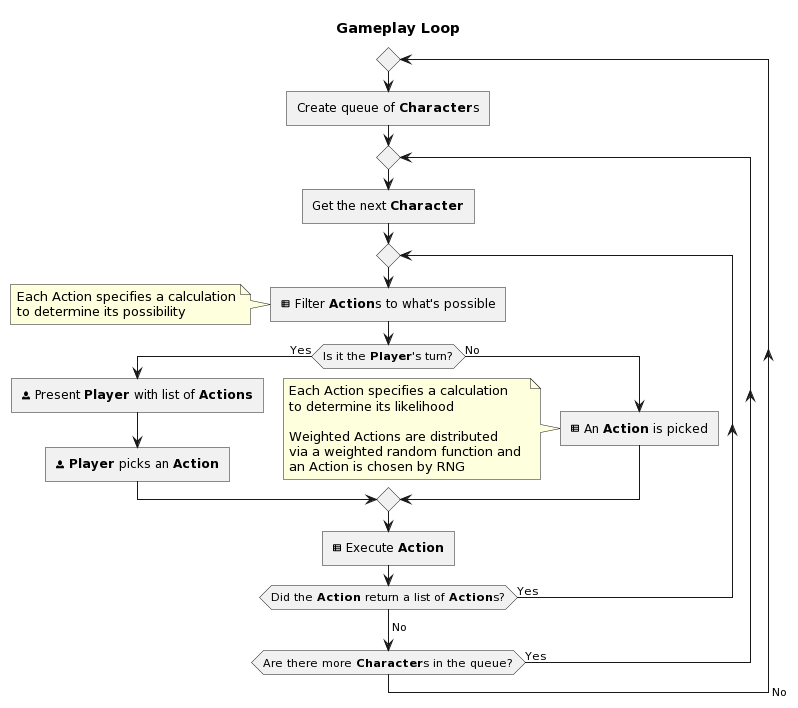
Before: docs/media/ineffable-loop.png, a diagram exported from PlantUML (flipactual/flipstew.art). The source it was exported from:
```plantuml
@startuml
title Gameplay Loop

repeat
  :Create queue of **Character**s]
  repeat
    :Get the next **Character**]
    repeat
      :<&spreadsheet> Filter **Action**s to what's possible]
      note left
Each Action specifies a calculation
to determine its possibility
      end note
      if (Is it the **Player**'s turn?) then (Yes)
        :<&person> Present **Player** with list of **Actions**]
        :<&person> **Player** picks an **Action**]
      else (No)
        :<&spreadsheet> An **Action** is picked]
        note left
Each Action specifies a calculation
to determine its likelihood

Weighted Actions are distributed
via a weighted random function and
an Action is chosen by RNG
        end note
      endif
      :<&spreadsheet> Execute **Action**]
    repeat while (Did the **Action** return a list of **Action**s?) is (Yes)
    ->No;
  repeat while (Are there more **Character**s in the queue?) is (Yes)
  ->No;
@enduml
```
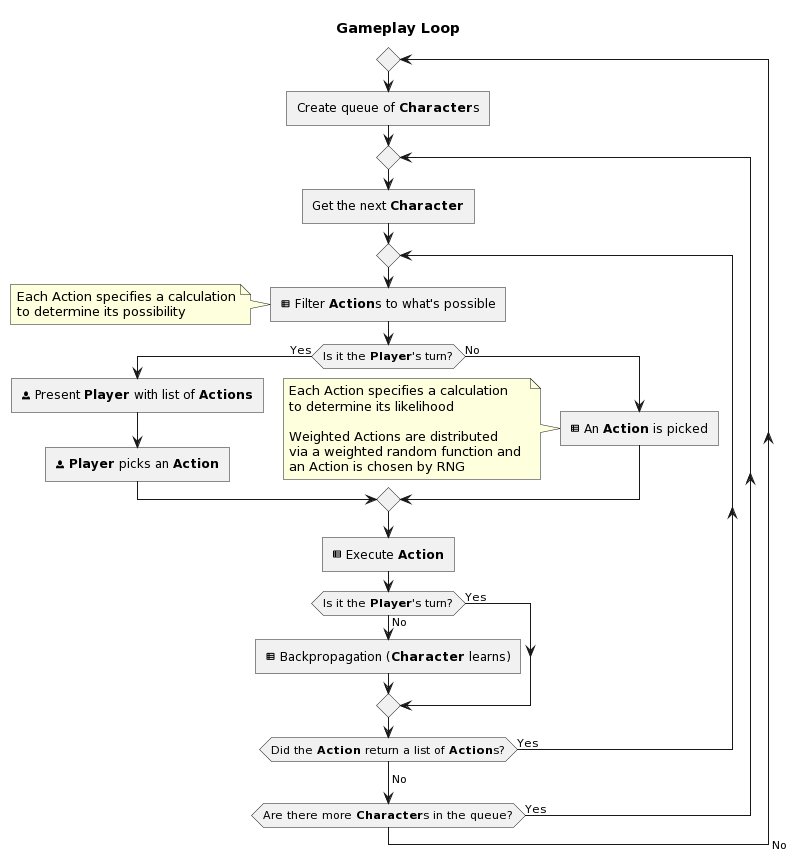
Above is the later version.

Commit message:
update ineffable diagram

What changed in the source:
```diff
@@ -26,6 +26,10 @@
         end note
       endif
       :<&spreadsheet> Execute **Action**]
+      if (Is it the **Player**'s turn?) then (Yes)
+      else (No)
+        :<&spreadsheet> Backpropagation (**Character** learns)]
+      endif
     repeat while (Did the **Action** return a list of **Action**s?) is (Yes)
     ->No;
   repeat while (Are there more **Character**s in the queue?) is (Yes)
```
